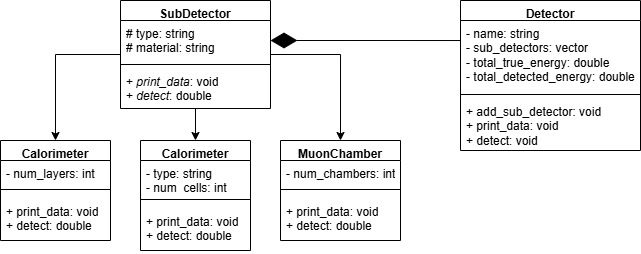
The draw.io diagram detector.drawio.png in jonnie78/Project-Report, before a commit. Source tidied: cells renumbered, new cells last; positions are measured from the earlier drawing's top-left corner, leaving out a move shared by most shapes.
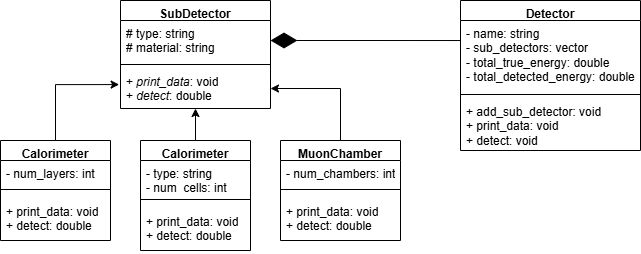
The same file after the commit.

The edit, as a diff of the source:
```diff
@@ -2,15 +2,6 @@
   <root>
     <mxCell id="0" />
     <mxCell id="1" parent="0" />
-    <mxCell id="2" style="edgeStyle=orthogonalEdgeStyle;rounded=0;jettySize=auto;html=1;entryX=0.5;entryY=0;entryDx=0;entryDy=0;" parent="1" edge="1" source="5" target="13">
-      <mxGeometry relative="1" as="geometry" />
-    </mxCell>
-    <mxCell id="3" style="edgeStyle=orthogonalEdgeStyle;rounded=0;jettySize=auto;html=1;entryX=0.5;entryY=0;entryDx=0;entryDy=0;" parent="1" edge="1" source="5" target="9">
-      <mxGeometry relative="1" as="geometry" />
-    </mxCell>
-    <mxCell id="4" style="edgeStyle=orthogonalEdgeStyle;rounded=0;jettySize=auto;html=1;entryX=0.5;entryY=0;entryDx=0;entryDy=0;" parent="1" edge="1" source="5" target="17">
-      <mxGeometry relative="1" as="geometry" />
-    </mxCell>
     <mxCell id="5" value="SubDetector" style="swimlane;fontStyle=1;align=center;verticalAlign=top;horizontal=1;startSize=20;whiteSpace=wrap;html=1;fontSize=12;" parent="1" vertex="1">
       <mxGeometry x="120" width="150" height="108" as="geometry" />
     </mxCell>
@@ -23,6 +14,9 @@
     <mxCell id="8" value="&lt;div&gt;&lt;span style=&quot;background-color: transparent; color: light-dark(rgb(0, 0, 0), rgb(255, 255, 255));&quot;&gt;+ &lt;/span&gt;&lt;span style=&quot;background-color: transparent; color: light-dark(rgb(0, 0, 0), rgb(255, 255, 255));&quot;&gt;&lt;i&gt;print_data&lt;/i&gt;&lt;/span&gt;&lt;span style=&quot;background-color: transparent; color: light-dark(rgb(0, 0, 0), rgb(255, 255, 255));&quot;&gt;: void&lt;/span&gt;&lt;/div&gt;&lt;div&gt;&lt;span style=&quot;background-color: transparent; color: light-dark(rgb(0, 0, 0), rgb(255, 255, 255));&quot;&gt;+ &lt;i&gt;detect&lt;/i&gt;: double&lt;/span&gt;&lt;/div&gt;" style="text;strokeColor=none;fillColor=none;align=left;verticalAlign=top;spacingLeft=4;spacingRight=4;overflow=hidden;points=[[0,0.5],[1,0.5]];portConstraint=eastwest;whiteSpace=wrap;html=1;fontSize=12;" parent="5" vertex="1">
       <mxGeometry y="68" width="150" height="40" as="geometry" />
     </mxCell>
+    <mxCell id="26" style="edgeStyle=orthogonalEdgeStyle;rounded=0;jettySize=auto;html=1;entryX=0.5;entryY=1;entryDx=0;entryDy=0;" parent="1" edge="1" source="9" target="5">
+      <mxGeometry relative="1" as="geometry" />
+    </mxCell>
     <mxCell id="9" value="Calorimeter" style="swimlane;fontStyle=1;align=center;verticalAlign=top;horizontal=1;startSize=20;whiteSpace=wrap;html=1;fontSize=12;" parent="1" vertex="1">
       <mxGeometry x="140" y="140" width="110" height="110" as="geometry" />
     </mxCell>
@@ -47,6 +41,9 @@
     <mxCell id="16" value="&lt;div&gt;&lt;span style=&quot;background-color: transparent; color: light-dark(rgb(0, 0, 0), rgb(255, 255, 255));&quot;&gt;+ &lt;/span&gt;&lt;span style=&quot;background-color: transparent; color: light-dark(rgb(0, 0, 0), rgb(255, 255, 255));&quot;&gt;print_data&lt;/span&gt;&lt;span style=&quot;background-color: transparent; color: light-dark(rgb(0, 0, 0), rgb(255, 255, 255));&quot;&gt;: void&lt;/span&gt;&lt;/div&gt;&lt;div&gt;&lt;span style=&quot;background-color: transparent; color: light-dark(rgb(0, 0, 0), rgb(255, 255, 255));&quot;&gt;+ detect: double&lt;/span&gt;&lt;/div&gt;" style="text;strokeColor=none;fillColor=none;align=left;verticalAlign=top;spacingLeft=4;spacingRight=4;overflow=hidden;whiteSpace=wrap;html=1;fontSize=12;" parent="13" vertex="1">
       <mxGeometry y="58" width="110" height="42" as="geometry" />
     </mxCell>
+    <mxCell id="27" style="edgeStyle=orthogonalEdgeStyle;rounded=0;jettySize=auto;html=1;" parent="1" edge="1" source="17" target="8">
+      <mxGeometry relative="1" as="geometry" />
+    </mxCell>
     <mxCell id="17" value="MuonChamber" style="swimlane;fontStyle=1;align=center;verticalAlign=top;horizontal=1;startSize=20;whiteSpace=wrap;html=1;fontSize=12;" parent="1" vertex="1">
       <mxGeometry x="280" y="140" width="120" height="100" as="geometry" />
     </mxCell>
@@ -74,5 +71,8 @@
     <mxCell id="25" style="endArrow=diamondThin;endFill=1;endSize=24;html=1;rounded=0;exitX=0;exitY=0.286;exitDx=0;exitDy=0;exitPerimeter=0;entryX=1;entryY=0.5;entryDx=0;entryDy=0;" parent="1" edge="1" source="22" target="6">
       <mxGeometry relative="1" as="geometry" />
     </mxCell>
+    <mxCell id="28" style="edgeStyle=orthogonalEdgeStyle;rounded=0;jettySize=auto;html=1;entryX=-0.009;entryY=0.402;entryDx=0;entryDy=0;entryPerimeter=0;" parent="1" edge="1" source="13" target="8">
+      <mxGeometry relative="1" as="geometry" />
+    </mxCell>
   </root>
 </mxGraphModel>
```
